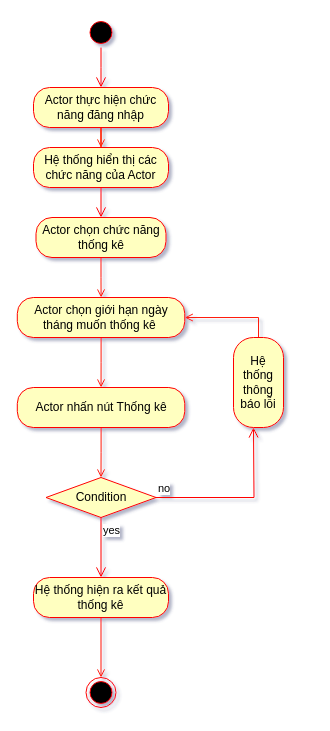
Earlier version of the draw.io diagram Quanlysanpham_thongke/Thống kê/Activity Diagram/AD.drawio (VoHoangDai/CNPM). Source tidied: cells renumbered, new cells numbered last; positions are measured from the earlier drawing's top-left corner, leaving out a move shared by most shapes. Both pictures are drawn from the tidied source at 100%, with x=0, y=0 at pixel (17, 17).
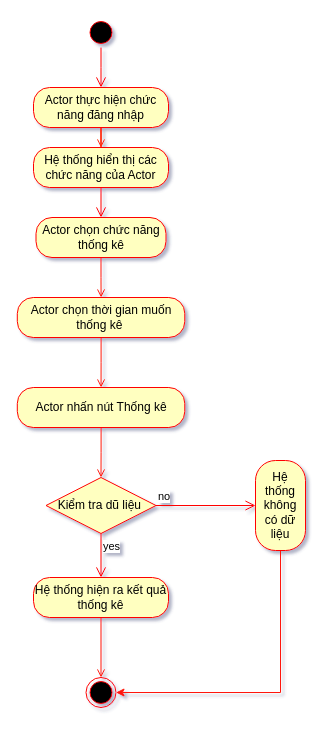
Above is the later version.

Unchanged cells that the change refers to:
```xml
<mxCell id="10" style="ellipse;html=1;shape=endState;fillColor=#000000;strokeColor=#ff0000;" parent="1" vertex="1">
  <mxGeometry x="68.5" y="660" width="30" height="30" as="geometry" />
</mxCell>
```

What changed in the source:
```diff
@@
-    <mxCell id="12" value="Actor chọn giới hạn ngày tháng muốn thống kê&amp;nbsp;" style="rounded=1;whiteSpace=wrap;html=1;arcSize=40;fontColor=#000000;fillColor=#ffffc0;strokeColor=#ff0000;" parent="1" vertex="1">
+    <mxCell id="12" value="Actor chọn thời gian muốn thống kê&amp;nbsp;" style="rounded=1;whiteSpace=wrap;html=1;arcSize=40;fontColor=#000000;fillColor=#ffffc0;strokeColor=#ff0000;" parent="1" vertex="1">
       <mxGeometry x="-0.2" y="280" width="167.5" height="40" as="geometry" />
     </mxCell>
@@
-    <mxCell id="15" value="Condition" style="rhombus;whiteSpace=wrap;html=1;fillColor=#ffffc0;strokeColor=#ff0000;" parent="1" vertex="1">
-      <mxGeometry x="28.5" y="460" width="110" height="40" as="geometry" />
+    <mxCell id="15" value="Kiểm tra dũ liệu&amp;nbsp;" style="rhombus;whiteSpace=wrap;html=1;fillColor=#ffffc0;strokeColor=#ff0000;" parent="1" vertex="1">
+      <mxGeometry x="28.5" y="460" width="110" height="56" as="geometry" />
     </mxCell>
-    <mxCell id="16" value="no" style="edgeStyle=orthogonalEdgeStyle;html=1;align=left;verticalAlign=bottom;endArrow=open;endSize=8;strokeColor=#ff0000;rounded=0;" parent="1" edge="1" source="15">
-      <mxGeometry x="-1" relative="1" as="geometry">
-        <mxPoint x="236" y="410" as="targetPoint" />
-      </mxGeometry>
+    <mxCell id="16" value="no" style="edgeStyle=orthogonalEdgeStyle;html=1;align=left;verticalAlign=bottom;endArrow=open;endSize=8;strokeColor=#ff0000;rounded=0;entryX=0;entryY=0.5;entryDx=0;entryDy=0;" parent="1" edge="1" source="15" target="19">
+      <mxGeometry x="-1" relative="1" as="geometry" />
     </mxCell>
@@
-    <mxCell id="18" style="edgeStyle=orthogonalEdgeStyle;rounded=0;jettySize=auto;html=1;entryX=1;entryY=0.5;entryDx=0;entryDy=0;endArrow=open;endFill=0;strokeColor=#FF1D0D;" parent="1" edge="1" source="19" target="12">
-      <mxGeometry relative="1" as="geometry">
-        <Array as="points">
-          <mxPoint x="241" y="300" />
-        </Array>
-      </mxGeometry>
-    </mxCell>
+    <mxCell id="22" style="edgeStyle=orthogonalEdgeStyle;rounded=0;jettySize=auto;html=1;entryX=1;entryY=0.5;entryDx=0;entryDy=0;exitX=0.5;exitY=1;exitDx=0;exitDy=0;strokeColor=#FF1808;" parent="1" edge="1" source="19" target="10">
+      <mxGeometry relative="1" as="geometry">
+        <Array as="points">
+          <mxPoint x="263" y="675" />
+        </Array>
+      </mxGeometry>
+    </mxCell>
-    <mxCell id="19" value="Hệ thống thông báo lỗi" style="rounded=1;whiteSpace=wrap;html=1;arcSize=40;fontColor=#000000;fillColor=#ffffc0;strokeColor=#ff0000;" parent="1" vertex="1">
-      <mxGeometry x="216" y="320" width="50" height="90" as="geometry" />
+    <mxCell id="19" value="Hệ thống không có dữ liệu" style="rounded=1;whiteSpace=wrap;html=1;arcSize=40;fontColor=#000000;fillColor=#ffffc0;strokeColor=#ff0000;" parent="1" vertex="1">
+      <mxGeometry x="238" y="443" width="50" height="90" as="geometry" />
     </mxCell>
```
